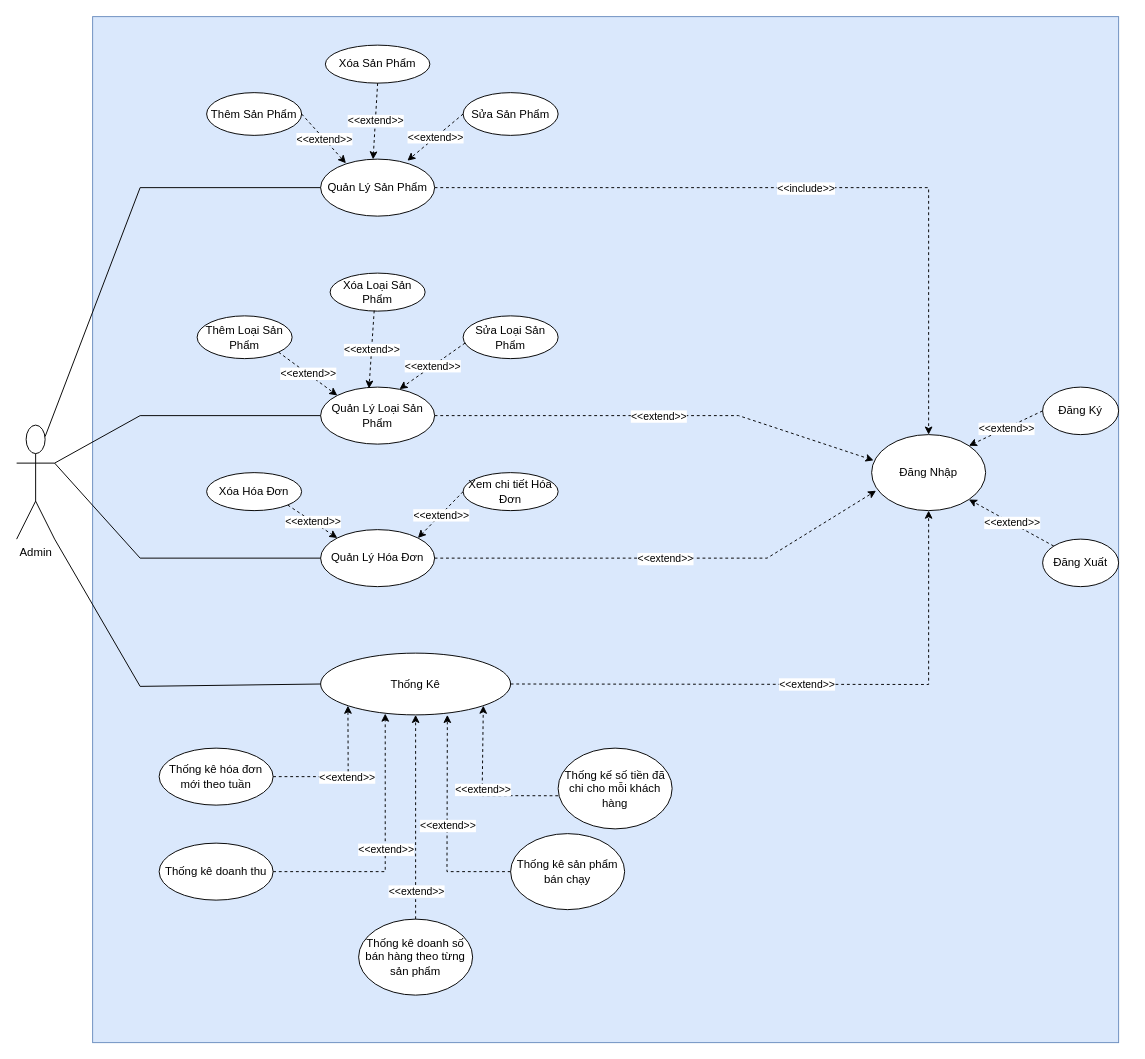
Earlier version of the draw.io diagram page "Admin" (1 of 2) of Biểu đồ không có tiêu đề.drawio (TOB0451/kiemthu). Source tidied: cells renumbered, new cells numbered last; positions are measured from the earlier drawing's top-left corner, leaving out a move shared by most shapes. Both pictures are drawn from the tidied source at 95%, with x=0, y=0 at pixel (16, 16).
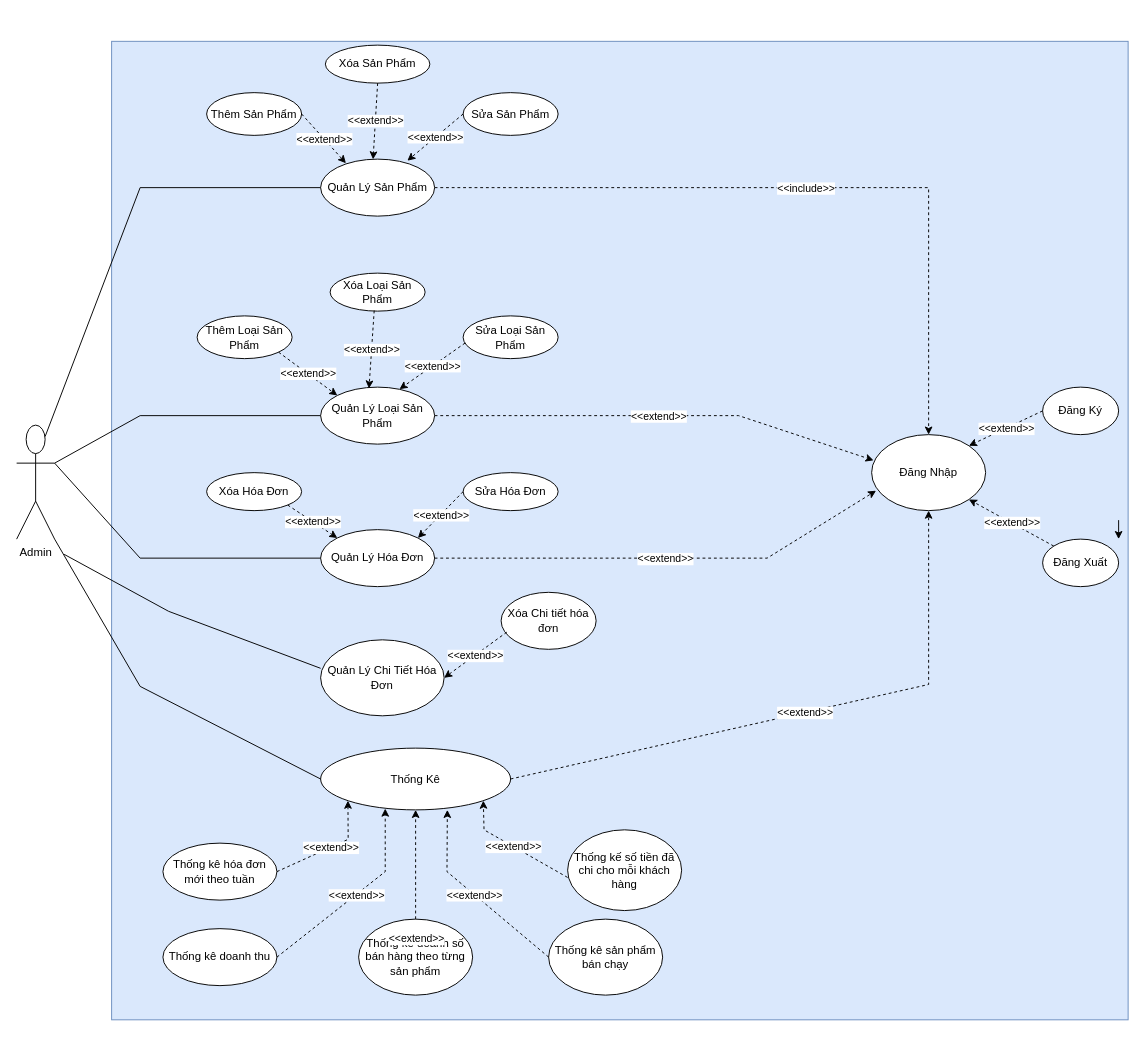
The same diagram, later.

What changed in the source:
```diff
@@
-    <mxCell id="2" style="whiteSpace=wrap;html=1;fillColor=#dae8fc;strokeColor=#6c8ebf;" parent="1" vertex="1">
-      <mxGeometry x="80" width="1080" height="1080" as="geometry" />
-    </mxCell>
+    <mxCell id="66" style="rounded=0;whiteSpace=wrap;html=1;fillColor=#dae8fc;strokeColor=#6c8ebf;" parent="1" vertex="1">
+      <mxGeometry x="100" y="26" width="1070" height="1030" as="geometry" />
+    </mxCell>
@@
-    <mxCell id="14" value="Xem chi tiết Hóa Đơn" style="ellipse;whiteSpace=wrap;html=1;" parent="1" vertex="1">
+    <mxCell id="14" value="Sửa Hóa Đơn" style="ellipse;whiteSpace=wrap;html=1;" parent="1" vertex="1">
       <mxGeometry x="470" y="480" width="100" height="40" as="geometry" />
     </mxCell>
     <mxCell id="15" value="Thống Kê" style="ellipse;whiteSpace=wrap;html=1;" parent="1" vertex="1">
-      <mxGeometry x="320" y="670" width="200" height="65" as="geometry" />
+      <mxGeometry x="320" y="770" width="200" height="65" as="geometry" />
     </mxCell>
     <mxCell id="16" value="Thống kê hóa đơn mới theo tuần" style="ellipse;whiteSpace=wrap;html=1;" parent="1" vertex="1">
-      <mxGeometry x="150" y="770" width="120" height="60" as="geometry" />
+      <mxGeometry x="154" y="870" width="120" height="60" as="geometry" />
     </mxCell>
     <mxCell id="17" value="Thống kê doanh thu" style="ellipse;whiteSpace=wrap;html=1;" parent="1" vertex="1">
-      <mxGeometry x="150" y="870" width="120" height="60" as="geometry" />
+      <mxGeometry x="154" y="960" width="120" height="60" as="geometry" />
     </mxCell>
@@
     <mxCell id="19" value="Thống kế số tiền đã chi cho mỗi khách hàng" style="ellipse;whiteSpace=wrap;html=1;" parent="1" vertex="1">
-      <mxGeometry x="570" y="770" width="120" height="85" as="geometry" />
+      <mxGeometry x="580" y="856" width="120" height="85" as="geometry" />
     </mxCell>
     <mxCell id="20" value="Thống kê sản phẩm bán chạy" style="ellipse;whiteSpace=wrap;html=1;" parent="1" vertex="1">
-      <mxGeometry x="520" y="860" width="120" height="80" as="geometry" />
+      <mxGeometry x="560" y="950" width="120" height="80" as="geometry" />
     </mxCell>
@@
     <mxCell id="50" style="endArrow=classic;html=1;rounded=0;dashed=1;exitX=0;exitY=0.59;exitDx=0;exitDy=0;entryX=1;entryY=1;entryDx=0;entryDy=0;exitPerimeter=0;" parent="1" edge="1" source="19" target="15">
       <mxGeometry relative="1" as="geometry">
         <Array as="points">
-          <mxPoint x="490" y="820" />
+          <mxPoint x="492" y="856" />
         </Array>
       </mxGeometry>
     </mxCell>
@@
     <mxCell id="54" style="endArrow=classic;html=1;rounded=0;dashed=1;exitX=1;exitY=0.5;exitDx=0;exitDy=0;entryX=0;entryY=1;entryDx=0;entryDy=0;" parent="1" edge="1" source="16" target="15">
       <mxGeometry relative="1" as="geometry">
         <Array as="points">
-          <mxPoint x="349" y="800" />
+          <mxPoint x="349" y="866" />
         </Array>
       </mxGeometry>
     </mxCell>
@@
+    <mxCell id="67" style="edgeStyle=orthogonalEdgeStyle;rounded=0;orthogonalLoop=1;jettySize=auto;html=1;" parent="1" edge="1">
+      <mxGeometry relative="1" as="geometry">
+        <mxPoint x="1160" y="530" as="sourcePoint" />
+        <mxPoint x="1160" y="550" as="targetPoint" />
+      </mxGeometry>
+    </mxCell>
+    <mxCell id="68" style="endArrow=none;html=1;rounded=0;" parent="1" edge="1">
+      <mxGeometry relative="1" as="geometry">
+        <mxPoint x="50" y="566" as="sourcePoint" />
+        <mxPoint x="320" y="686" as="targetPoint" />
+        <Array as="points">
+          <mxPoint x="160" y="626" />
+        </Array>
+      </mxGeometry>
+    </mxCell>
+    <mxCell id="69" value="Quản Lý Chi Tiết Hóa Đơn" style="ellipse;whiteSpace=wrap;html=1;" parent="1" vertex="1">
+      <mxGeometry x="320" y="656" width="130" height="80" as="geometry" />
+    </mxCell>
+    <mxCell id="70" value="Xóa Chi tiết hóa đơn" style="ellipse;whiteSpace=wrap;html=1;" parent="1" vertex="1">
+      <mxGeometry x="510" y="606" width="100" height="60" as="geometry" />
+    </mxCell>
+    <mxCell id="71" style="endArrow=classic;html=1;rounded=0;dashed=1;entryX=1;entryY=0.5;entryDx=0;entryDy=0;exitX=0.06;exitY=0.698;exitDx=0;exitDy=0;exitPerimeter=0;" parent="1" edge="1" source="70" target="69">
+      <mxGeometry relative="1" as="geometry" />
+    </mxCell>
+    <mxCell id="72" value="&amp;lt;&amp;lt;extend&amp;gt;&amp;gt;" style="edgeLabel;html=1;align=center;verticalAlign=middle;" parent="71" vertex="1">
+      <mxGeometry relative="1" as="geometry" />
+    </mxCell>
```
